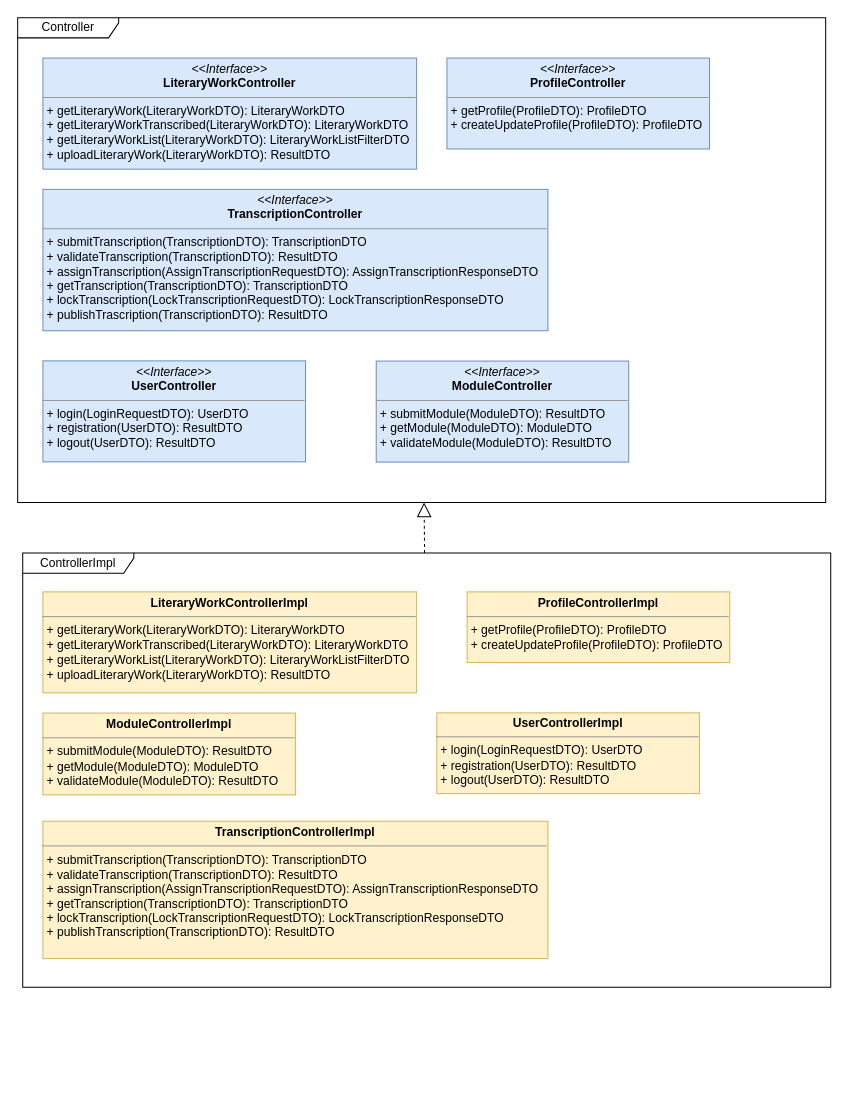
giodag/eagleLibrary keeps this draw.io diagram as doc/Models/MVC Diagrams/Controller Api Impl Package Diagram.drawio. Above is the earlier version. Source tidied: cells renumbered, new cells numbered last; positions are measured from the earlier drawing's top-left corner, leaving out a move shared by most shapes. Both pictures are drawn from the tidied source at 101%, with x=0, y=0 at pixel (17, 17).
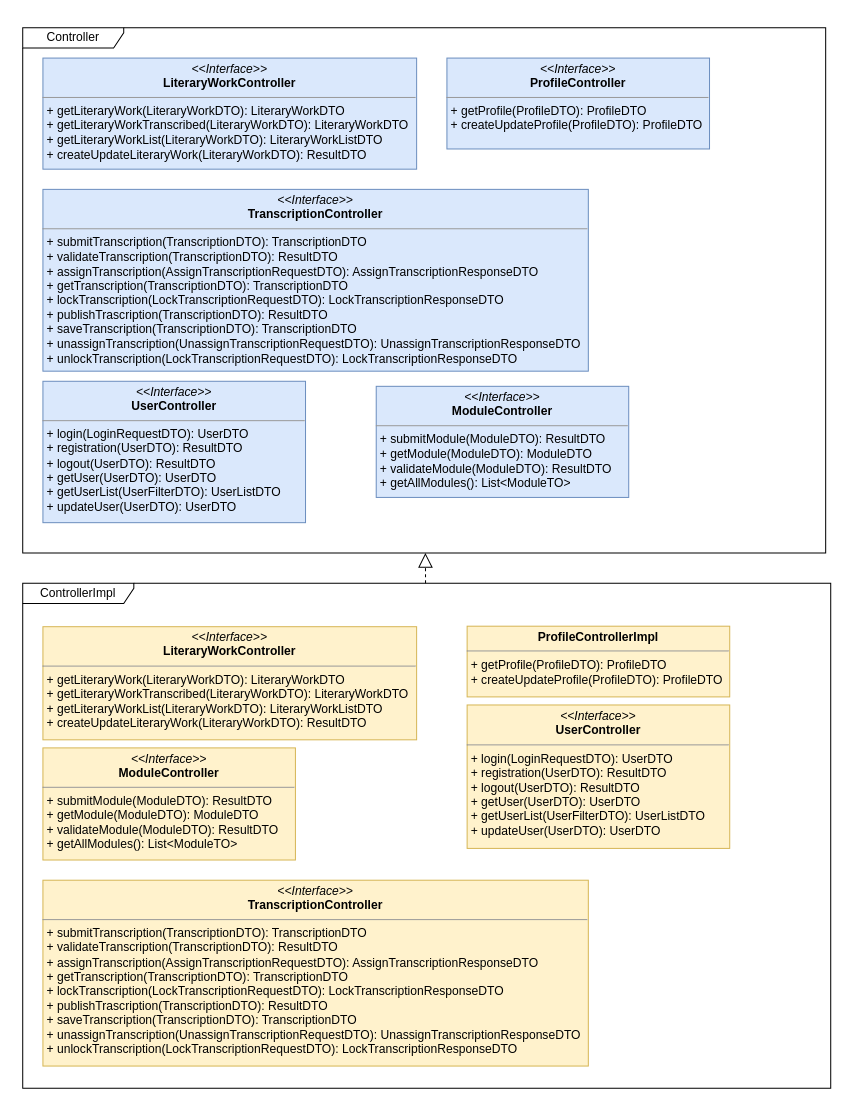
Above is the later version.

Commit message (it also covers changes not shown here):
add unlock to controller api

Diff of the diagram source:
```diff
@@
 <mxGraphModel>
   <root>
     <mxCell id="0" />
     <mxCell id="1" parent="0" />
-    <mxCell id="2" value="&lt;p style=&quot;margin: 0px ; margin-top: 4px ; text-align: center&quot;&gt;&lt;i&gt;&amp;lt;&amp;lt;Interface&amp;gt;&amp;gt;&lt;/i&gt;&lt;br&gt;&lt;b&gt;LiteraryWorkController&lt;/b&gt;&lt;/p&gt;&lt;hr size=&quot;1&quot;&gt;&lt;p style=&quot;margin: 0px ; margin-left: 4px&quot;&gt;+ getLiteraryWork(LiteraryWorkDTO): LiteraryWorkDTO&lt;br&gt;+ getLiteraryWorkTranscribed(LiteraryWorkDTO): LiteraryWorkDTO&lt;/p&gt;&lt;p style=&quot;margin: 0px ; margin-left: 4px&quot;&gt;+ getLiteraryWorkList(LiteraryWorkDTO): LiteraryWorkListFilterDTO&lt;/p&gt;&lt;p style=&quot;margin: 0px ; margin-left: 4px&quot;&gt;+&amp;nbsp;uploadLiteraryWork(LiteraryWorkDTO):&amp;nbsp;ResultDTO&lt;/p&gt;&lt;p&gt;&lt;br&gt;&lt;/p&gt;" style="verticalAlign=top;align=left;overflow=fill;fontSize=12;fontFamily=Helvetica;html=1;fillColor=#dae8fc;strokeColor=#6c8ebf;" parent="1" vertex="1">
+    <mxCell id="2" value="&lt;p style=&quot;margin: 0px ; margin-top: 4px ; text-align: center&quot;&gt;&lt;i&gt;&amp;lt;&amp;lt;Interface&amp;gt;&amp;gt;&lt;/i&gt;&lt;br&gt;&lt;b&gt;LiteraryWorkController&lt;/b&gt;&lt;/p&gt;&lt;hr size=&quot;1&quot;&gt;&lt;p style=&quot;margin: 0px ; margin-left: 4px&quot;&gt;+ getLiteraryWork(LiteraryWorkDTO): LiteraryWorkDTO&lt;br&gt;+ getLiteraryWorkTranscribed(LiteraryWorkDTO): LiteraryWorkDTO&lt;/p&gt;&lt;p style=&quot;margin: 0px ; margin-left: 4px&quot;&gt;+ getLiteraryWorkList(LiteraryWorkDTO): LiteraryWorkListDTO&lt;/p&gt;&lt;p style=&quot;margin: 0px ; margin-left: 4px&quot;&gt;+&amp;nbsp;createUpdateLiteraryWork(LiteraryWorkDTO):&amp;nbsp;ResultDTO&lt;/p&gt;&lt;p&gt;&lt;br&gt;&lt;/p&gt;" style="verticalAlign=top;align=left;overflow=fill;fontSize=12;fontFamily=Helvetica;html=1;fillColor=#dae8fc;strokeColor=#6c8ebf;" parent="1" vertex="1">
       <mxGeometry x="25" y="40" width="370" height="110" as="geometry" />
     </mxCell>
-    <mxCell id="3" value="&lt;p style=&quot;margin: 0px ; margin-top: 4px ; text-align: center&quot;&gt;&lt;b&gt;LiteraryWorkControllerImpl&lt;/b&gt;&lt;/p&gt;&lt;hr size=&quot;1&quot;&gt;&lt;p style=&quot;margin: 0px ; margin-left: 4px&quot;&gt;&lt;span&gt;+ getLiteraryWork(LiteraryWorkDTO): LiteraryWorkDTO&lt;/span&gt;&lt;/p&gt;&lt;p style=&quot;margin: 0px ; margin-left: 4px&quot;&gt;+ getLiteraryWorkTranscribed(LiteraryWorkDTO): LiteraryWorkDTO&lt;span&gt;&lt;br&gt;&lt;/span&gt;&lt;/p&gt;&lt;p style=&quot;margin: 0px ; margin-left: 4px&quot;&gt;&lt;span&gt;+ getLiteraryWorkList(LiteraryWorkDTO): LiteraryWorkListFilterDTO&lt;/span&gt;&lt;/p&gt;&lt;p style=&quot;margin: 0px ; margin-left: 4px&quot;&gt;&lt;span&gt;+&amp;nbsp;uploadLiteraryWork(LiteraryWorkDTO):&amp;nbsp;ResultDTO&lt;/span&gt;&lt;/p&gt;&lt;div&gt;&lt;span&gt;&lt;br&gt;&lt;/span&gt;&lt;/div&gt;&lt;div&gt;&lt;span&gt;&lt;br&gt;&lt;/span&gt;&lt;/div&gt;&lt;p&gt;&lt;span&gt;&lt;br&gt;&lt;/span&gt;&lt;/p&gt;&lt;p&gt;&lt;span&gt;&lt;br&gt;&lt;/span&gt;&lt;/p&gt;&lt;p&gt;&lt;span&gt;&lt;br&gt;&lt;/span&gt;&lt;/p&gt;&lt;p&gt;&lt;br&gt;&lt;/p&gt;&lt;p&gt;&lt;br&gt;&lt;/p&gt;&lt;p&gt;&lt;br&gt;&lt;/p&gt;" style="verticalAlign=top;align=left;overflow=fill;fontSize=12;fontFamily=Helvetica;html=1;fillColor=#fff2cc;strokeColor=#d6b656;" parent="1" vertex="1">
-      <mxGeometry x="25" y="568.5" width="370" height="100" as="geometry" />
+    <mxCell id="3" value="&lt;p style=&quot;margin: 4px 0px 0px ; text-align: center&quot;&gt;&lt;i&gt;&amp;lt;&amp;lt;Interface&amp;gt;&amp;gt;&lt;/i&gt;&lt;br&gt;&lt;b&gt;LiteraryWorkController&lt;/b&gt;&lt;/p&gt;&lt;hr size=&quot;1&quot;&gt;&lt;p style=&quot;margin: 0px 0px 0px 4px&quot;&gt;+ getLiteraryWork(LiteraryWorkDTO): LiteraryWorkDTO&lt;br&gt;+ getLiteraryWorkTranscribed(LiteraryWorkDTO): LiteraryWorkDTO&lt;/p&gt;&lt;p style=&quot;margin: 0px 0px 0px 4px&quot;&gt;+ getLiteraryWorkList(LiteraryWorkDTO): LiteraryWorkListDTO&lt;/p&gt;&lt;p style=&quot;margin: 0px 0px 0px 4px&quot;&gt;+&amp;nbsp;createUpdateLiteraryWork(LiteraryWorkDTO):&amp;nbsp;ResultDTO&lt;/p&gt;&lt;p&gt;&lt;br&gt;&lt;/p&gt;" style="verticalAlign=top;align=left;overflow=fill;fontSize=12;fontFamily=Helvetica;html=1;fillColor=#fff2cc;strokeColor=#d6b656;" parent="1" vertex="1">
+      <mxGeometry x="25" y="603" width="370" height="112" as="geometry" />
     </mxCell>
     <mxCell id="4" value="&lt;p style=&quot;margin: 0px ; margin-top: 4px ; text-align: center&quot;&gt;&lt;i&gt;&amp;lt;&amp;lt;Interface&amp;gt;&amp;gt;&lt;/i&gt;&lt;br&gt;&lt;b&gt;ProfileController&lt;/b&gt;&lt;/p&gt;&lt;hr size=&quot;1&quot;&gt;&lt;p style=&quot;margin: 0px ; margin-left: 4px&quot;&gt;+ getProfile(ProfileDTO): ProfileDTO&lt;br&gt;+ createUpdateProfile(ProfileDTO): ProfileDTO&lt;/p&gt;&lt;p&gt;&lt;br&gt;&lt;/p&gt;" style="verticalAlign=top;align=left;overflow=fill;fontSize=12;fontFamily=Helvetica;html=1;fillColor=#dae8fc;strokeColor=#6c8ebf;" parent="1" vertex="1">
       <mxGeometry x="425" y="40" width="260" height="90" as="geometry" />
     </mxCell>
     <mxCell id="5" value="&lt;p style=&quot;margin: 0px ; margin-top: 4px ; text-align: center&quot;&gt;&lt;b&gt;ProfileControllerImpl&lt;/b&gt;&lt;/p&gt;&lt;hr size=&quot;1&quot;&gt;&lt;p style=&quot;margin: 0px ; margin-left: 4px&quot;&gt;+ getProfile(ProfileDTO): ProfileDTO&lt;br&gt;+ createUpdateProfile(ProfileDTO): ProfileDTO&lt;/p&gt;&lt;div&gt;&lt;span&gt;&lt;br&gt;&lt;/span&gt;&lt;/div&gt;&lt;div&gt;&lt;span&gt;&lt;br&gt;&lt;/span&gt;&lt;/div&gt;&lt;p&gt;&lt;span&gt;&lt;br&gt;&lt;/span&gt;&lt;/p&gt;&lt;p&gt;&lt;span&gt;&lt;br&gt;&lt;/span&gt;&lt;/p&gt;&lt;p&gt;&lt;span&gt;&lt;br&gt;&lt;/span&gt;&lt;/p&gt;&lt;p&gt;&lt;br&gt;&lt;/p&gt;&lt;p&gt;&lt;br&gt;&lt;/p&gt;&lt;p&gt;&lt;br&gt;&lt;/p&gt;" style="verticalAlign=top;align=left;overflow=fill;fontSize=12;fontFamily=Helvetica;html=1;fillColor=#fff2cc;strokeColor=#d6b656;" parent="1" vertex="1">
-      <mxGeometry x="445" y="568.5" width="260" height="70" as="geometry" />
+      <mxGeometry x="445" y="602.5" width="260" height="70" as="geometry" />
     </mxCell>
-    <mxCell id="6" value="&lt;p style=&quot;margin: 0px ; margin-top: 4px ; text-align: center&quot;&gt;&lt;i&gt;&amp;lt;&amp;lt;Interface&amp;gt;&amp;gt;&lt;/i&gt;&lt;br&gt;&lt;b&gt;TranscriptionController&lt;/b&gt;&lt;/p&gt;&lt;hr size=&quot;1&quot;&gt;&lt;p style=&quot;margin: 0px ; margin-left: 4px&quot;&gt;+ submitTranscription(TranscriptionDTO): TranscriptionDTO&lt;br&gt;+ validateTranscription(TranscriptionDTO): ResultDTO&lt;/p&gt;&lt;p style=&quot;margin: 0px ; margin-left: 4px&quot;&gt;+ assignTranscription(AssignTranscriptionRequestDTO): AssignTranscriptionResponseDTO&lt;/p&gt;&lt;p style=&quot;margin: 0px ; margin-left: 4px&quot;&gt;+&amp;nbsp;getTranscription(TranscriptionDTO): TranscriptionDTO&lt;/p&gt;&lt;p style=&quot;margin: 0px ; margin-left: 4px&quot;&gt;+&amp;nbsp;lockTranscription(LockTranscriptionRequestDTO):&amp;nbsp;LockTranscriptionResponseDTO&lt;/p&gt;&lt;p style=&quot;margin: 0px ; margin-left: 4px&quot;&gt;+&amp;nbsp;publishTrascription(TranscriptionDTO): ResultDTO&lt;/p&gt;&lt;p style=&quot;margin: 0px ; margin-left: 4px&quot;&gt;&lt;br&gt;&lt;/p&gt;&lt;p&gt;&lt;br&gt;&lt;/p&gt;&lt;p&gt;&lt;br&gt;&lt;/p&gt;&lt;p&gt;&lt;br&gt;&lt;/p&gt;&lt;p&gt;&lt;br&gt;&lt;/p&gt;" style="verticalAlign=top;align=left;overflow=fill;fontSize=12;fontFamily=Helvetica;html=1;fillColor=#dae8fc;strokeColor=#6c8ebf;" parent="1" vertex="1">
-      <mxGeometry x="25" y="170" width="500" height="140" as="geometry" />
+    <mxCell id="6" value="&lt;p style=&quot;margin: 4px 0px 0px ; text-align: center&quot;&gt;&lt;i&gt;&amp;lt;&amp;lt;Interface&amp;gt;&amp;gt;&lt;/i&gt;&lt;br&gt;&lt;b&gt;TranscriptionController&lt;/b&gt;&lt;/p&gt;&lt;hr size=&quot;1&quot;&gt;&lt;p style=&quot;margin: 0px 0px 0px 4px&quot;&gt;+ submitTranscription(TranscriptionDTO): TranscriptionDTO&lt;br&gt;+ validateTranscription(TranscriptionDTO): ResultDTO&lt;/p&gt;&lt;p style=&quot;margin: 0px 0px 0px 4px&quot;&gt;+ assignTranscription(AssignTranscriptionRequestDTO): AssignTranscriptionResponseDTO&lt;/p&gt;&lt;p style=&quot;margin: 0px 0px 0px 4px&quot;&gt;+&amp;nbsp;getTranscription(TranscriptionDTO): TranscriptionDTO&lt;/p&gt;&lt;p style=&quot;margin: 0px 0px 0px 4px&quot;&gt;+&amp;nbsp;lockTranscription(LockTranscriptionRequestDTO):&amp;nbsp;LockTranscriptionResponseDTO&lt;/p&gt;&lt;p style=&quot;margin: 0px 0px 0px 4px&quot;&gt;+&amp;nbsp;publishTrascription(TranscriptionDTO): ResultDTO&lt;br&gt;+ saveTranscription(TranscriptionDTO): TranscriptionDTO&lt;br&gt;+ unassignTranscription(UnassignTranscriptionRequestDTO): UnassignTranscriptionResponseDTO&lt;br&gt;+ unlockTranscription(LockTranscriptionRequestDTO):&amp;nbsp;LockTranscriptionResponseDTO&lt;/p&gt;" style="verticalAlign=top;align=left;overflow=fill;fontSize=12;fontFamily=Helvetica;html=1;fillColor=#dae8fc;strokeColor=#6c8ebf;" parent="1" vertex="1">
+      <mxGeometry x="25" y="170" width="540" height="180" as="geometry" />
     </mxCell>
-    <mxCell id="7" value="&lt;p style=&quot;margin: 0px ; margin-top: 4px ; text-align: center&quot;&gt;&lt;b&gt;TranscriptionControllerImpl&lt;/b&gt;&lt;/p&gt;&lt;hr size=&quot;1&quot;&gt;&lt;p style=&quot;margin: 0px ; margin-left: 4px&quot;&gt;&lt;span&gt;+&amp;nbsp;&lt;/span&gt;submitTranscription(TranscriptionDTO)&lt;span&gt;: TranscriptionDTO&lt;/span&gt;&lt;/p&gt;&lt;p style=&quot;margin: 0px ; margin-left: 4px&quot;&gt;+ validateTranscription(TranscriptionDTO): ResultDTO&lt;span&gt;&lt;br&gt;&lt;/span&gt;&lt;/p&gt;&lt;p style=&quot;margin: 0px ; margin-left: 4px&quot;&gt;&lt;span&gt;+&amp;nbsp;&lt;/span&gt;assignTranscription(AssignTranscriptionRequestDTO): AssignTranscriptionResponse&lt;span&gt;DTO&lt;/span&gt;&lt;/p&gt;&lt;p style=&quot;margin: 0px ; margin-left: 4px&quot;&gt;&lt;span&gt;+&amp;nbsp;&lt;/span&gt;getTranscription(TranscriptionDTO): Transcription&lt;span&gt;DTO&lt;/span&gt;&lt;/p&gt;&lt;p style=&quot;margin: 0px ; margin-left: 4px&quot;&gt;&lt;span&gt;+ lockTranscription(LockTranscriptionRequestDTO&lt;/span&gt;&lt;span&gt;): LockTranscriptionResponseDTO&lt;/span&gt;&lt;/p&gt;&lt;p style=&quot;margin: 0px ; margin-left: 4px&quot;&gt;&lt;span&gt;+ publishTranscription(TranscriptionDTO): ResultDTO&lt;/span&gt;&lt;/p&gt;&lt;p&gt;&lt;span&gt;&lt;br&gt;&lt;/span&gt;&lt;/p&gt;&lt;div&gt;&lt;span&gt;&lt;br&gt;&lt;/span&gt;&lt;/div&gt;&lt;div&gt;&lt;span&gt;&lt;br&gt;&lt;/span&gt;&lt;/div&gt;&lt;p&gt;&lt;span&gt;&lt;br&gt;&lt;/span&gt;&lt;/p&gt;&lt;p&gt;&lt;span&gt;&lt;br&gt;&lt;/span&gt;&lt;/p&gt;&lt;p&gt;&lt;span&gt;&lt;br&gt;&lt;/span&gt;&lt;/p&gt;&lt;p&gt;&lt;br&gt;&lt;/p&gt;&lt;p&gt;&lt;br&gt;&lt;/p&gt;&lt;p&gt;&lt;br&gt;&lt;/p&gt;" style="verticalAlign=top;align=left;overflow=fill;fontSize=12;fontFamily=Helvetica;html=1;fillColor=#fff2cc;strokeColor=#d6b656;" parent="1" vertex="1">
-      <mxGeometry x="25" y="795.6" width="500" height="136" as="geometry" />
+    <mxCell id="7" value="&lt;p style=&quot;margin: 4px 0px 0px ; text-align: center&quot;&gt;&lt;i&gt;&amp;lt;&amp;lt;Interface&amp;gt;&amp;gt;&lt;/i&gt;&lt;br&gt;&lt;b&gt;TranscriptionController&lt;/b&gt;&lt;/p&gt;&lt;hr size=&quot;1&quot;&gt;&lt;p style=&quot;margin: 0px 0px 0px 4px&quot;&gt;+ submitTranscription(TranscriptionDTO): TranscriptionDTO&lt;br&gt;+ validateTranscription(TranscriptionDTO): ResultDTO&lt;/p&gt;&lt;p style=&quot;margin: 0px 0px 0px 4px&quot;&gt;+ assignTranscription(AssignTranscriptionRequestDTO): AssignTranscriptionResponseDTO&lt;/p&gt;&lt;p style=&quot;margin: 0px 0px 0px 4px&quot;&gt;+&amp;nbsp;getTranscription(TranscriptionDTO): TranscriptionDTO&lt;/p&gt;&lt;p style=&quot;margin: 0px 0px 0px 4px&quot;&gt;+&amp;nbsp;lockTranscription(LockTranscriptionRequestDTO):&amp;nbsp;LockTranscriptionResponseDTO&lt;/p&gt;&lt;p style=&quot;margin: 0px 0px 0px 4px&quot;&gt;+&amp;nbsp;publishTrascription(TranscriptionDTO): ResultDTO&lt;br&gt;+ saveTranscription(TranscriptionDTO): TranscriptionDTO&lt;br&gt;+ unassignTranscription(UnassignTranscriptionRequestDTO): UnassignTranscriptionResponseDTO&lt;br&gt;+ unlockTranscription(LockTranscriptionRequestDTO):&amp;nbsp;LockTranscriptionResponseDTO&lt;/p&gt;" style="verticalAlign=top;align=left;overflow=fill;fontSize=12;fontFamily=Helvetica;html=1;fillColor=#fff2cc;strokeColor=#d6b656;" parent="1" vertex="1">
+      <mxGeometry x="25" y="854" width="540" height="184" as="geometry" />
     </mxCell>
-    <mxCell id="8" value="&lt;p style=&quot;margin: 0px ; margin-top: 4px ; text-align: center&quot;&gt;&lt;i&gt;&amp;lt;&amp;lt;Interface&amp;gt;&amp;gt;&lt;/i&gt;&lt;br&gt;&lt;b&gt;ModuleController&lt;/b&gt;&lt;/p&gt;&lt;hr size=&quot;1&quot;&gt;&lt;p style=&quot;margin: 0px ; margin-left: 4px&quot;&gt;+ submitModule(ModuleDTO):&amp;nbsp;ResultDTO&lt;br&gt;+ getModule(ModuleDTO): ModuleDTO&lt;/p&gt;&lt;p style=&quot;margin: 0px ; margin-left: 4px&quot;&gt;+ validateModule(ModuleDTO): ResultDTO&lt;/p&gt;&lt;p&gt;&lt;br&gt;&lt;/p&gt;" style="verticalAlign=top;align=left;overflow=fill;fontSize=12;fontFamily=Helvetica;html=1;fillColor=#dae8fc;strokeColor=#6c8ebf;" parent="1" vertex="1">
-      <mxGeometry x="355" y="340" width="250" height="100" as="geometry" />
+    <mxCell id="8" value="&lt;p style=&quot;margin: 0px ; margin-top: 4px ; text-align: center&quot;&gt;&lt;i&gt;&amp;lt;&amp;lt;Interface&amp;gt;&amp;gt;&lt;/i&gt;&lt;br&gt;&lt;b&gt;ModuleController&lt;/b&gt;&lt;/p&gt;&lt;hr size=&quot;1&quot;&gt;&lt;p style=&quot;margin: 0px ; margin-left: 4px&quot;&gt;+ submitModule(ModuleDTO):&amp;nbsp;ResultDTO&lt;br&gt;+ getModule(ModuleDTO): ModuleDTO&lt;/p&gt;&lt;p style=&quot;margin: 0px ; margin-left: 4px&quot;&gt;+ validateModule(ModuleDTO): ResultDTO&lt;br&gt;+ getAllModules(): List&amp;lt;ModuleTO&amp;gt;&lt;/p&gt;&lt;p&gt;&lt;br&gt;&lt;/p&gt;" style="verticalAlign=top;align=left;overflow=fill;fontSize=12;fontFamily=Helvetica;html=1;fillColor=#dae8fc;strokeColor=#6c8ebf;" parent="1" vertex="1">
+      <mxGeometry x="355" y="365" width="250" height="110" as="geometry" />
     </mxCell>
-    <mxCell id="9" value="&lt;p style=&quot;margin: 0px ; margin-top: 4px ; text-align: center&quot;&gt;&lt;b&gt;ModuleControllerImpl&lt;/b&gt;&lt;/p&gt;&lt;hr size=&quot;1&quot;&gt;&lt;p style=&quot;margin: 0px ; margin-left: 4px&quot;&gt;&lt;span&gt;+ submitModule(ModuleDTO): ResultDTO&lt;/span&gt;&lt;/p&gt;&lt;p style=&quot;margin: 0px ; margin-left: 4px&quot;&gt;&lt;span&gt;+ getModule(ModuleDTO): ModuleDTO&lt;/span&gt;&lt;/p&gt;&lt;p style=&quot;margin: 0px ; margin-left: 4px&quot;&gt;&lt;span&gt;+ validateModule(ModuleDTO): ResultDTO&lt;/span&gt;&lt;/p&gt;&lt;div&gt;&lt;span&gt;&lt;br&gt;&lt;/span&gt;&lt;/div&gt;&lt;div&gt;&lt;span&gt;&lt;br&gt;&lt;/span&gt;&lt;/div&gt;&lt;p&gt;&lt;span&gt;&lt;br&gt;&lt;/span&gt;&lt;/p&gt;&lt;p&gt;&lt;span&gt;&lt;br&gt;&lt;/span&gt;&lt;/p&gt;&lt;p&gt;&lt;span&gt;&lt;br&gt;&lt;/span&gt;&lt;/p&gt;&lt;p&gt;&lt;br&gt;&lt;/p&gt;&lt;p&gt;&lt;br&gt;&lt;/p&gt;&lt;p&gt;&lt;br&gt;&lt;/p&gt;" style="verticalAlign=top;align=left;overflow=fill;fontSize=12;fontFamily=Helvetica;html=1;fillColor=#fff2cc;strokeColor=#d6b656;" parent="1" vertex="1">
-      <mxGeometry x="25" y="688.5" width="250" height="81" as="geometry" />
+    <mxCell id="9" value="&lt;p style=&quot;margin: 4px 0px 0px ; text-align: center&quot;&gt;&lt;i&gt;&amp;lt;&amp;lt;Interface&amp;gt;&amp;gt;&lt;/i&gt;&lt;br&gt;&lt;b&gt;ModuleController&lt;/b&gt;&lt;/p&gt;&lt;hr size=&quot;1&quot;&gt;&lt;p style=&quot;margin: 0px 0px 0px 4px&quot;&gt;+ submitModule(ModuleDTO):&amp;nbsp;ResultDTO&lt;br&gt;+ getModule(ModuleDTO): ModuleDTO&lt;/p&gt;&lt;p style=&quot;margin: 0px 0px 0px 4px&quot;&gt;+ validateModule(ModuleDTO): ResultDTO&lt;br&gt;+ getAllModules(): List&amp;lt;ModuleTO&amp;gt;&lt;/p&gt;&lt;p&gt;&lt;br&gt;&lt;/p&gt;" style="verticalAlign=top;align=left;overflow=fill;fontSize=12;fontFamily=Helvetica;html=1;fillColor=#fff2cc;strokeColor=#d6b656;" parent="1" vertex="1">
+      <mxGeometry x="25" y="723" width="250" height="111" as="geometry" />
     </mxCell>
-    <mxCell id="10" value="&lt;p style=&quot;margin: 0px ; margin-top: 4px ; text-align: center&quot;&gt;&lt;i&gt;&amp;lt;&amp;lt;Interface&amp;gt;&amp;gt;&lt;/i&gt;&lt;br&gt;&lt;b&gt;UserController&lt;/b&gt;&lt;/p&gt;&lt;hr size=&quot;1&quot;&gt;&lt;p style=&quot;margin: 0px ; margin-left: 4px&quot;&gt;+ login(LoginRequestDTO): UserDTO&lt;br&gt;+ registration(UserDTO): ResultDTO&lt;/p&gt;&lt;p style=&quot;margin: 0px ; margin-left: 4px&quot;&gt;+ logout(UserDTO): ResultDTO&lt;/p&gt;&lt;p&gt;&lt;br&gt;&lt;/p&gt;" style="verticalAlign=top;align=left;overflow=fill;fontSize=12;fontFamily=Helvetica;html=1;fillColor=#dae8fc;strokeColor=#6c8ebf;" parent="1" vertex="1">
-      <mxGeometry x="25" y="339.8" width="260" height="100" as="geometry" />
+    <mxCell id="10" value="&lt;p style=&quot;margin: 0px ; margin-top: 4px ; text-align: center&quot;&gt;&lt;i&gt;&amp;lt;&amp;lt;Interface&amp;gt;&amp;gt;&lt;/i&gt;&lt;br&gt;&lt;b&gt;UserController&lt;/b&gt;&lt;/p&gt;&lt;hr size=&quot;1&quot;&gt;&lt;p style=&quot;margin: 0px ; margin-left: 4px&quot;&gt;+ login(LoginRequestDTO): UserDTO&lt;br&gt;+ registration(UserDTO): ResultDTO&lt;/p&gt;&lt;p style=&quot;margin: 0px ; margin-left: 4px&quot;&gt;+ logout(UserDTO): ResultDTO&lt;br&gt;+ getUser(UserDTO): UserDTO&lt;br&gt;+ getUserList(UserFilterDTO): UserListDTO&lt;br&gt;+ updateUser(UserDTO): UserDTO&lt;/p&gt;&lt;p&gt;&lt;br&gt;&lt;/p&gt;" style="verticalAlign=top;align=left;overflow=fill;fontSize=12;fontFamily=Helvetica;html=1;fillColor=#dae8fc;strokeColor=#6c8ebf;" parent="1" vertex="1">
+      <mxGeometry x="25" y="360" width="260" height="140" as="geometry" />
     </mxCell>
-    <mxCell id="11" value="&lt;p style=&quot;margin: 0px ; margin-top: 4px ; text-align: center&quot;&gt;&lt;b&gt;UserControllerImpl&lt;/b&gt;&lt;/p&gt;&lt;hr size=&quot;1&quot;&gt;&lt;p style=&quot;margin: 0px ; margin-left: 4px&quot;&gt;&lt;span&gt;+ login(&lt;/span&gt;LoginRequestDTO&lt;span&gt;): UserDTO&lt;/span&gt;&lt;/p&gt;&lt;p style=&quot;margin: 0px ; margin-left: 4px&quot;&gt;&lt;span&gt;+ registration(UserDTO): ResultDTO&lt;/span&gt;&lt;/p&gt;&lt;p style=&quot;margin: 0px ; margin-left: 4px&quot;&gt;&lt;span&gt;+ logout(UserDTO): ResultDTO&lt;/span&gt;&lt;/p&gt;&lt;div&gt;&lt;span&gt;&lt;br&gt;&lt;/span&gt;&lt;/div&gt;&lt;div&gt;&lt;span&gt;&lt;br&gt;&lt;/span&gt;&lt;/div&gt;&lt;p&gt;&lt;span&gt;&lt;br&gt;&lt;/span&gt;&lt;/p&gt;&lt;p&gt;&lt;span&gt;&lt;br&gt;&lt;/span&gt;&lt;/p&gt;&lt;p&gt;&lt;span&gt;&lt;br&gt;&lt;/span&gt;&lt;/p&gt;&lt;p&gt;&lt;br&gt;&lt;/p&gt;&lt;p&gt;&lt;br&gt;&lt;/p&gt;&lt;p&gt;&lt;br&gt;&lt;/p&gt;" style="verticalAlign=top;align=left;overflow=fill;fontSize=12;fontFamily=Helvetica;html=1;fillColor=#fff2cc;strokeColor=#d6b656;" parent="1" vertex="1">
-      <mxGeometry x="415" y="688.3" width="260" height="80" as="geometry" />
+    <mxCell id="11" value="&lt;p style=&quot;margin: 4px 0px 0px ; text-align: center&quot;&gt;&lt;i&gt;&amp;lt;&amp;lt;Interface&amp;gt;&amp;gt;&lt;/i&gt;&lt;br&gt;&lt;b&gt;UserController&lt;/b&gt;&lt;/p&gt;&lt;hr size=&quot;1&quot;&gt;&lt;p style=&quot;margin: 0px 0px 0px 4px&quot;&gt;+ login(LoginRequestDTO): UserDTO&lt;br&gt;+ registration(UserDTO): ResultDTO&lt;/p&gt;&lt;p style=&quot;margin: 0px 0px 0px 4px&quot;&gt;+ logout(UserDTO): ResultDTO&lt;br&gt;+ getUser(UserDTO): UserDTO&lt;br&gt;+ getUserList(UserFilterDTO): UserListDTO&lt;br&gt;+ updateUser(UserDTO): UserDTO&lt;/p&gt;&lt;p&gt;&lt;br&gt;&lt;/p&gt;" style="verticalAlign=top;align=left;overflow=fill;fontSize=12;fontFamily=Helvetica;html=1;fillColor=#fff2cc;strokeColor=#d6b656;" parent="1" vertex="1">
+      <mxGeometry x="445" y="680.5" width="260" height="142" as="geometry" />
     </mxCell>
     <mxCell id="12" value="Controller" style="shape=umlFrame;whiteSpace=wrap;html=1;width=100;height=20;" parent="1" vertex="1">
-      <mxGeometry width="800" height="480" as="geometry" />
+      <mxGeometry x="5" y="10" width="795" height="520" as="geometry" />
     </mxCell>
     <mxCell id="13" value="ControllerImpl" style="shape=umlFrame;whiteSpace=wrap;html=1;width=110;height=20;" parent="1" vertex="1">
-      <mxGeometry x="5" y="530" width="800" height="430" as="geometry" />
+      <mxGeometry x="5" y="560" width="800" height="500" as="geometry" />
     </mxCell>
     <mxCell id="14" style="endArrow=block;dashed=1;endFill=0;endSize=12;html=1;" parent="1" edge="1" source="13" target="12">
       <mxGeometry relative="1" as="geometry" />
     </mxCell>
   </root>
 </mxGraphModel>
```
